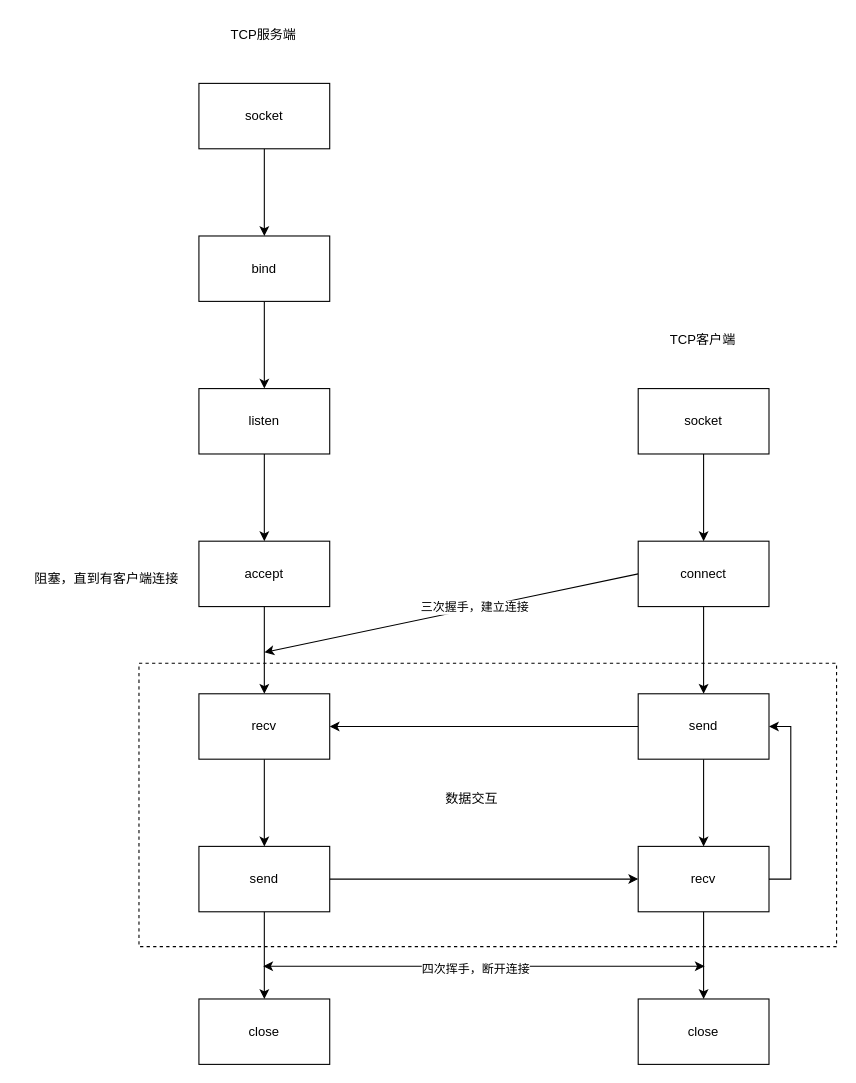
This is media/drawio/tcp_code.drawio from august295/august295.github.io, a draw.io file, before an edit. Source tidied: cells renumbered, new cells numbered last; positions are measured from the earlier drawing's top-left corner, leaving out a move shared by most shapes. Both pictures are drawn from the tidied source at 109%, with x=0, y=0 at pixel (19, 19).
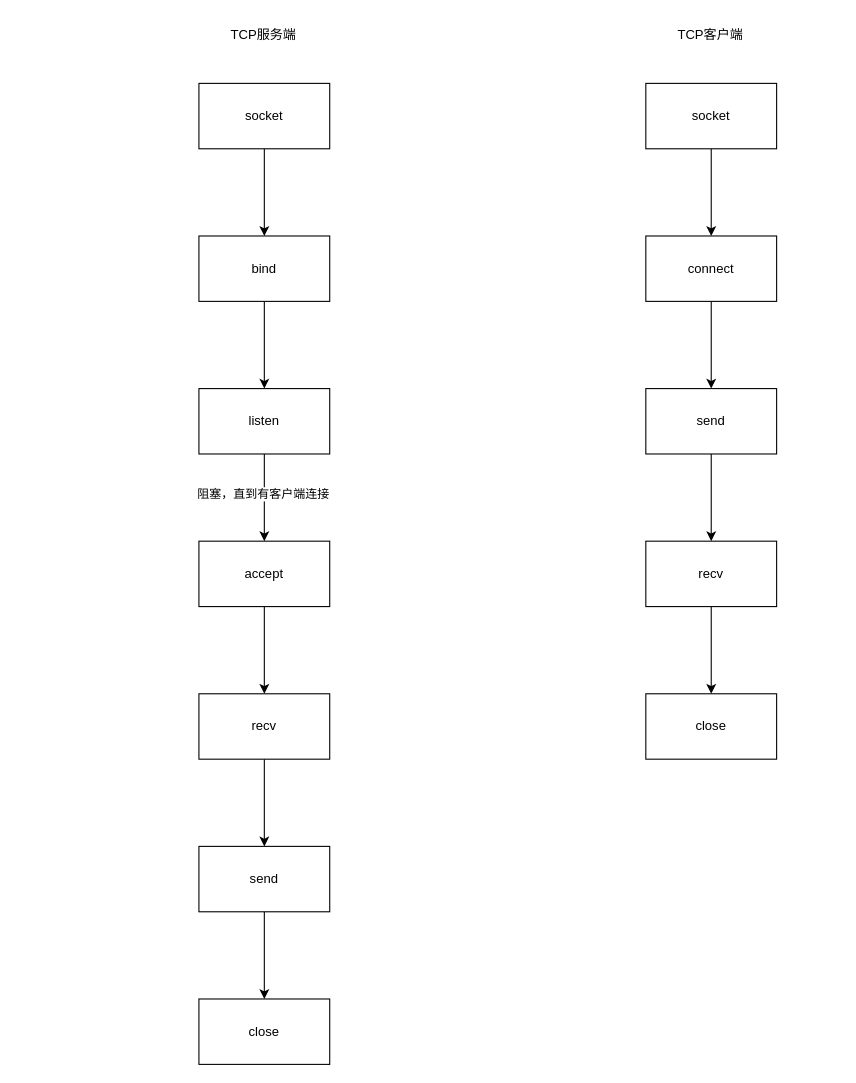
After the change.

The change refers to these unchanged cells:
```xml
<mxCell id="9" style="edgeStyle=orthogonalEdgeStyle;rounded=0;jettySize=auto;html=1;" parent="1" edge="1" source="10" target="27">
  <mxGeometry relative="1" as="geometry" />
</mxCell>
<mxCell id="29" value="recv" style="whiteSpace=wrap;html=1;rounded=0;" parent="1" vertex="1">
  <mxGeometry x="165" y="619" width="120" height="60" as="geometry" />
</mxCell>
<mxCell id="32" value="send" style="whiteSpace=wrap;html=1;rounded=0;" parent="1" vertex="1">
  <mxGeometry x="165" y="759" width="120" height="60" as="geometry" />
</mxCell>
```

What changed in the source:
```diff
@@
-    <mxCell id="2" style="rounded=0;whiteSpace=wrap;html=1;dashed=1;" parent="1" vertex="1">
-      <mxGeometry x="110" y="591" width="640" height="260" as="geometry" />
-    </mxCell>
@@
     <mxCell id="6" value="TCP客户端" style="text;html=1;align=center;verticalAlign=middle;strokeColor=none;fillColor=none;" parent="1" vertex="1">
-      <mxGeometry x="587" y="280" width="80" height="30" as="geometry" />
+      <mxGeometry x="594" width="80" height="30" as="geometry" />
     </mxCell>
@@
+    <mxCell id="34" value="阻塞，直到有客户端连接" style="edgeLabel;html=1;align=center;verticalAlign=middle;" parent="9" vertex="1">
+      <mxGeometry x="-0.11" y="-2" relative="1" as="geometry" />
+    </mxCell>
@@
     <mxCell id="12" value="socket" style="rounded=0;whiteSpace=wrap;html=1;" parent="1" vertex="1">
-      <mxGeometry x="568" y="339" width="120" height="60" as="geometry" />
+      <mxGeometry x="575" y="59" width="120" height="60" as="geometry" />
     </mxCell>
@@
-    <mxCell id="14" style="rounded=0;jettySize=auto;html=1;exitX=0;exitY=0.5;exitDx=0;exitDy=0;" parent="1" edge="1" source="16">
-      <mxGeometry relative="1" as="geometry">
-        <mxPoint x="225" y="581" as="targetPoint" />
-      </mxGeometry>
-    </mxCell>
-    <mxCell id="15" value="三次握手，建立连接" style="edgeLabel;html=1;align=center;verticalAlign=middle;" parent="14" vertex="1">
-      <mxGeometry x="-0.12" y="-1" relative="1" as="geometry" />
-    </mxCell>
     <mxCell id="16" value="connect" style="rounded=0;whiteSpace=wrap;html=1;" parent="1" vertex="1">
-      <mxGeometry x="568" y="479" width="120" height="60" as="geometry" />
+      <mxGeometry x="575" y="199" width="120" height="60" as="geometry" />
     </mxCell>
@@
-    <mxCell id="18" style="edgeStyle=orthogonalEdgeStyle;rounded=0;jettySize=auto;html=1;exitX=0;exitY=0.5;exitDx=0;exitDy=0;entryX=1;entryY=0.5;entryDx=0;entryDy=0;" parent="1" edge="1" source="19" target="29">
-      <mxGeometry relative="1" as="geometry" />
-    </mxCell>
     <mxCell id="19" value="send" style="whiteSpace=wrap;html=1;rounded=0;" parent="1" vertex="1">
-      <mxGeometry x="568" y="619" width="120" height="60" as="geometry" />
+      <mxGeometry x="575" y="339" width="120" height="60" as="geometry" />
     </mxCell>
@@
-    <mxCell id="21" style="edgeStyle=orthogonalEdgeStyle;rounded=0;jettySize=auto;html=1;exitX=1;exitY=0.5;exitDx=0;exitDy=0;entryX=1;entryY=0.5;entryDx=0;entryDy=0;" parent="1" edge="1" source="22" target="19">
-      <mxGeometry relative="1" as="geometry" />
-    </mxCell>
     <mxCell id="22" value="recv" style="whiteSpace=wrap;html=1;rounded=0;" parent="1" vertex="1">
-      <mxGeometry x="568" y="759" width="120" height="60" as="geometry" />
+      <mxGeometry x="575" y="479" width="120" height="60" as="geometry" />
     </mxCell>
-    <mxCell id="23" style="rounded=0;orthogonalLoop=1;jettySize=auto;html=1;startArrow=classic;startFill=1;" parent="1" edge="1">
-      <mxGeometry relative="1" as="geometry">
-        <mxPoint x="629" y="869" as="sourcePoint" />
-        <mxPoint x="224" y="869" as="targetPoint" />
-      </mxGeometry>
-    </mxCell>
-    <mxCell id="24" value="四次挥手，断开连接" style="edgeLabel;html=1;align=center;verticalAlign=middle;" parent="23" vertex="1">
-      <mxGeometry x="0.04" y="2" relative="1" as="geometry" />
-    </mxCell>
     <mxCell id="25" value="close" style="whiteSpace=wrap;html=1;rounded=0;" parent="1" vertex="1">
-      <mxGeometry x="568" y="899" width="120" height="60" as="geometry" />
+      <mxGeometry x="575" y="619" width="120" height="60" as="geometry" />
     </mxCell>
@@
-    <mxCell id="31" style="edgeStyle=orthogonalEdgeStyle;rounded=0;jettySize=auto;html=1;exitX=1;exitY=0.5;exitDx=0;exitDy=0;entryX=0;entryY=0.5;entryDx=0;entryDy=0;" parent="1" edge="1" source="32" target="22">
-      <mxGeometry relative="1" as="geometry" />
-    </mxCell>
@@
-    <mxCell id="34" value="阻塞，直到有客户端连接" style="text;html=1;align=center;verticalAlign=middle;strokeColor=none;fillColor=none;" parent="1" vertex="1">
-      <mxGeometry y="499" width="160" height="30" as="geometry" />
-    </mxCell>
-    <mxCell id="35" value="数据交互" style="text;html=1;align=center;verticalAlign=middle;strokeColor=none;fillColor=none;" parent="1" vertex="1">
-      <mxGeometry x="380" y="701" width="70" height="30" as="geometry" />
-    </mxCell>
```
